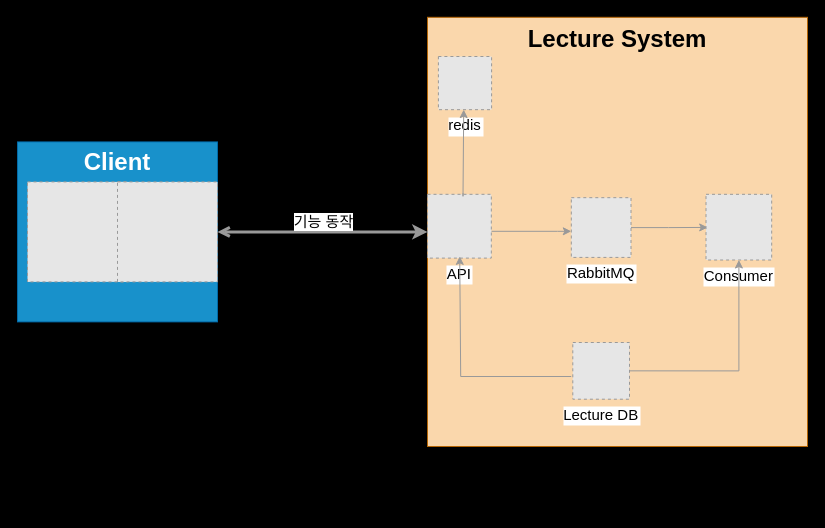
This is page "Page-1" (1 of 2) of architecture/lecture.drawio from TreeStone94/drawio, a draw.io file, before an edit. Source tidied: cells renumbered, new cells numbered last; positions are measured from the earlier drawing's top-left corner, leaving out a move shared by most shapes. Both pictures are drawn from the tidied source at 100%, with x=0, y=0 at pixel (17, 17). Pictures stored in the file or linked from it are replaced by grey dashed boxes.
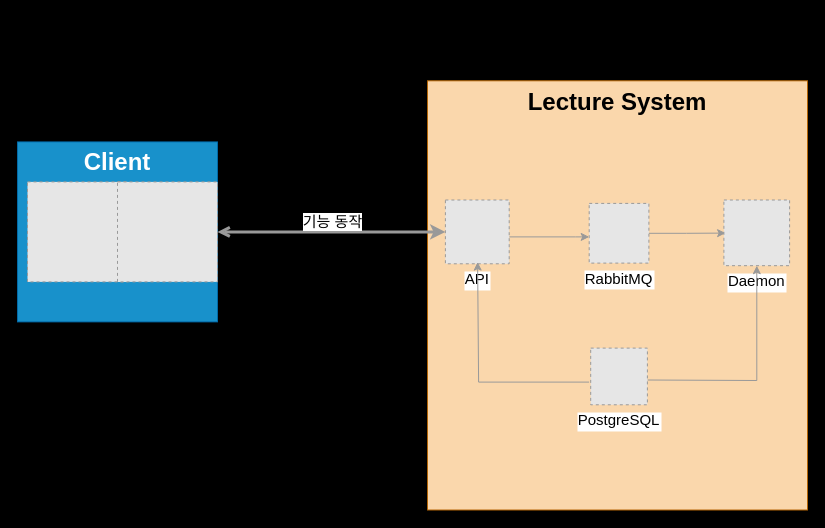
The same page after the edit.

Unchanged cells that the change refers to:
```xml
<mxCell id="4" value="&lt;h1 style=&quot;margin-top: 0px;&quot;&gt;Client&lt;/h1&gt;" style="text;html=1;whiteSpace=wrap;overflow=hidden;rounded=0;fillColor=#1ba1e2;fontColor=#ffffff;strokeColor=#006EAF;opacity=90;align=center;" parent="1" vertex="1">
  <mxGeometry y="124.4" width="200" height="180" as="geometry" />
</mxCell>
```

Change to the diagram source:
```diff
@@
-    <mxCell id="2" style="edgeStyle=orthogonalEdgeStyle;rounded=0;jettySize=auto;html=1;strokeColor=#999999;strokeWidth=3;startArrow=open;startFill=0;fillColor=#bac8d3;" parent="1" edge="1" source="4">
-      <mxGeometry relative="1" as="geometry">
-        <mxPoint x="410" y="214.4" as="targetPoint" />
-      </mxGeometry>
-    </mxCell>
-    <mxCell id="3" value="기능 동작" style="edgeLabel;html=1;align=center;verticalAlign=middle;fontSize=15;fontStyle=0;" parent="2" vertex="1">
-      <mxGeometry relative="1" as="geometry">
-        <mxPoint y="-11" as="offset" />
-      </mxGeometry>
-    </mxCell>
@@
     <mxCell id="7" value="Lecture System" style="group;fillColor=#fad7ac;strokeColor=#b46504;fontSize=24;fontStyle=1;" parent="1" vertex="1">
-      <mxGeometry x="410" y="-0.2" width="380" height="429.2" as="geometry" />
+      <mxGeometry x="410" y="63.3" width="380" height="429.2" as="geometry" />
     </mxCell>
@@
     <mxCell id="9" value="RabbitMQ" style="fillColor=#E6E6E6;strokeColor=#999999;dashed=1;verticalLabelPosition=bottom;labelBackgroundColor=#ffffff;verticalAlign=top;fontSize=15;align=center;" parent="7" vertex="1">
-      <mxGeometry x="143.8" y="180.4" width="59.7" height="59.7" as="geometry" />
+      <mxGeometry x="161.7" y="122.6" width="59.7" height="59.7" as="geometry" />
     </mxCell>
     <mxCell id="10" style="edgeStyle=orthogonalEdgeStyle;rounded=0;jettySize=auto;html=1;strokeColor=#999999;fontColor=#999999;" parent="7" edge="1" source="12" target="9">
       <mxGeometry relative="1" as="geometry">
         <Array as="points">
-          <mxPoint x="130" y="214" />
-          <mxPoint x="130" y="214" />
+          <mxPoint x="147.9" y="156.1" />
+          <mxPoint x="147.9" y="156.1" />
         </Array>
       </mxGeometry>
     </mxCell>
-    <mxCell id="11" value="redis" style="fillColor=#E6E6E6;strokeColor=#999999;dashed=1;verticalLabelPosition=bottom;labelBackgroundColor=default;verticalAlign=top;fontSize=15;" parent="7" vertex="1">
-      <mxGeometry x="10.9" y="39.2" width="53.2" height="53.2" as="geometry" />
-    </mxCell>
     <mxCell id="12" value="API" style="fillColor=#E6E6E6;strokeColor=#999999;dashed=1;verticalLabelPosition=bottom;labelBackgroundColor=default;verticalAlign=top;fontSize=15;align=center;" parent="7" vertex="1">
-      <mxGeometry y="177" width="63.8" height="63.8" as="geometry" />
+      <mxGeometry x="17.9" y="119.2" width="63.8" height="63.8" as="geometry" />
     </mxCell>
-    <mxCell id="13" value="Consumer" style="fillColor=#E6E6E6;strokeColor=#999999;dashed=1;verticalLabelPosition=bottom;labelBackgroundColor=default;verticalAlign=top;fontSize=15;align=center;" parent="7" vertex="1">
-      <mxGeometry x="278.5" y="177" width="65.7" height="65.7" as="geometry" />
+    <mxCell id="13" value="Daemon" style="fillColor=#E6E6E6;strokeColor=#999999;dashed=1;verticalLabelPosition=bottom;labelBackgroundColor=default;verticalAlign=top;fontSize=15;align=center;" parent="7" vertex="1">
+      <mxGeometry x="296.4" y="119.2" width="65.7" height="65.7" as="geometry" />
     </mxCell>
     <mxCell id="14" style="edgeStyle=orthogonalEdgeStyle;rounded=0;jettySize=auto;html=1;entryX=0.505;entryY=0.973;entryDx=0;entryDy=0;entryPerimeter=0;strokeColor=#999999;fillColor=#f5f5f5;" parent="7" edge="1" target="12">
       <mxGeometry relative="1" as="geometry">
-        <mxPoint x="143.7" y="359.2" as="sourcePoint" />
+        <mxPoint x="161.6" y="301.3" as="sourcePoint" />
         <Array as="points">
-          <mxPoint x="33.2" y="359" />
+          <mxPoint x="51.1" y="301.1" />
         </Array>
       </mxGeometry>
     </mxCell>
-    <mxCell id="15" style="edgeStyle=orthogonalEdgeStyle;rounded=0;jettySize=auto;html=1;exitX=1;exitY=0.5;exitDx=0;exitDy=0;strokeColor=#999999;fillColor=#f5f5f5;" parent="7" edge="1" source="16" target="13">
-      <mxGeometry relative="1" as="geometry" />
+    <mxCell id="15" style="edgeStyle=orthogonalEdgeStyle;rounded=0;jettySize=auto;html=1;strokeColor=#999999;fillColor=#f5f5f5;" parent="7" edge="1" target="13">
+      <mxGeometry relative="1" as="geometry">
+        <mxPoint x="220" y="299.2" as="sourcePoint" />
+      </mxGeometry>
     </mxCell>
-    <mxCell id="16" value="Lecture DB" style="fillColor=#E6E6E6;strokeColor=#999999;dashed=1;verticalLabelPosition=bottom;labelBackgroundColor=default;verticalAlign=top;fontSize=15;" parent="7" vertex="1">
-      <mxGeometry x="145.3" y="325.2" width="56.7" height="56.7" as="geometry" />
+    <mxCell id="16" value="PostgreSQL" style="fillColor=#E6E6E6;strokeColor=#999999;dashed=1;verticalLabelPosition=bottom;labelBackgroundColor=default;verticalAlign=top;fontSize=15;" parent="7" vertex="1">
+      <mxGeometry x="163.2" y="267.3" width="56.7" height="56.7" as="geometry" />
     </mxCell>
-    <mxCell id="17" style="edgeStyle=orthogonalEdgeStyle;rounded=0;jettySize=auto;html=1;strokeColor=#999999;fontColor=#999999;entryX=0.476;entryY=0.998;entryDx=0;entryDy=0;entryPerimeter=0;exitX=0.557;exitY=-0.018;exitDx=0;exitDy=0;exitPerimeter=0;" parent="7" edge="1" source="12" target="11">
-      <mxGeometry relative="1" as="geometry">
-        <Array as="points">
-          <mxPoint x="36" y="179" />
-          <mxPoint x="37" y="179" />
-        </Array>
-      </mxGeometry>
-    </mxCell>
+    <mxCell id="2" style="edgeStyle=orthogonalEdgeStyle;rounded=0;jettySize=auto;html=1;strokeColor=#999999;strokeWidth=3;startArrow=open;startFill=0;fillColor=#bac8d3;" parent="1" edge="1" source="4">
+      <mxGeometry relative="1" as="geometry">
+        <mxPoint x="427.9" y="214.4" as="targetPoint" />
+        <Array as="points">
+          <mxPoint x="370" y="214.4" />
+          <mxPoint x="370" y="214.4" />
+        </Array>
+      </mxGeometry>
+    </mxCell>
+    <mxCell id="3" value="기능 동작" style="edgeLabel;html=1;align=center;verticalAlign=middle;fontSize=15;fontStyle=0;" parent="2" vertex="1">
+      <mxGeometry relative="1" as="geometry">
+        <mxPoint y="-11" as="offset" />
+      </mxGeometry>
+    </mxCell>
```
